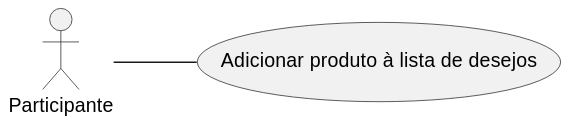
Before: specs/casos_de_uso/svg/uml_uc15.svg, a diagram exported from PlantUML (Phenrique-sousa/APS-documents). The source it was exported from:
```plantuml
@startuml
left to right direction

actor "Participante" as Usuario

usecase "Adicionar produto à lista de desejos" as UC2

Usuario -- UC2

@enduml
```
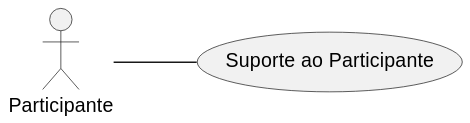
The same file after the commit.

Change to the diagram source:
```diff
@@ -3,7 +3,7 @@
 
 actor "Participante" as Usuario
 
-usecase "Adicionar produto à lista de desejos" as UC2
+usecase "Suporte ao Participante" as UC2
 
 Usuario -- UC2
 
```
